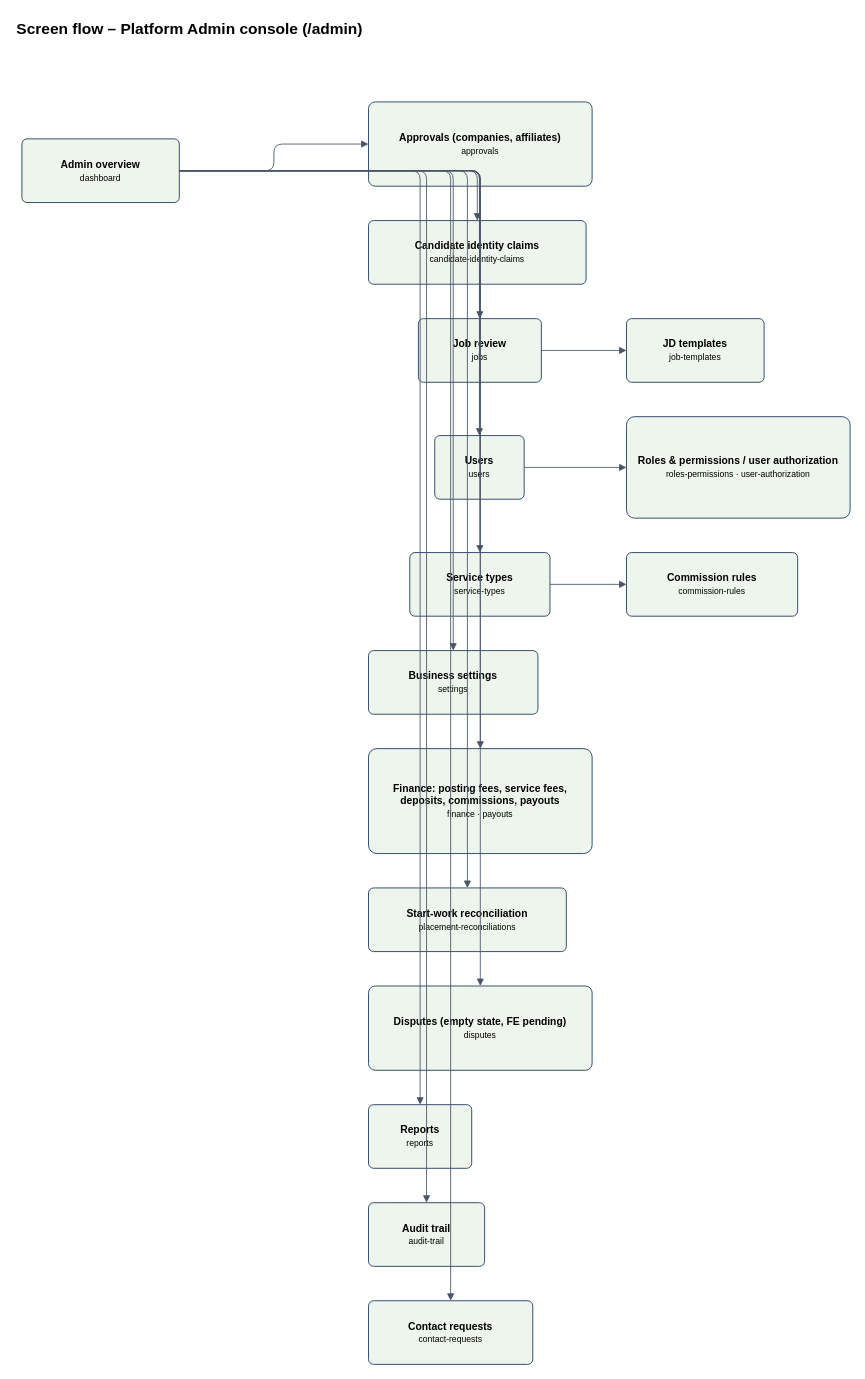
Earlier version of the draw.io diagram docs/diagrams/screen-flows/source/sf-06-admin.drawio (hoangqui794/hr-connect). Source tidied: cells renumbered, new cells numbered last; positions are measured from the earlier drawing's top-left corner, leaving out a move shared by most shapes. Both pictures are drawn from the tidied source at 86%, with x=0, y=0 at pixel (15, 15).
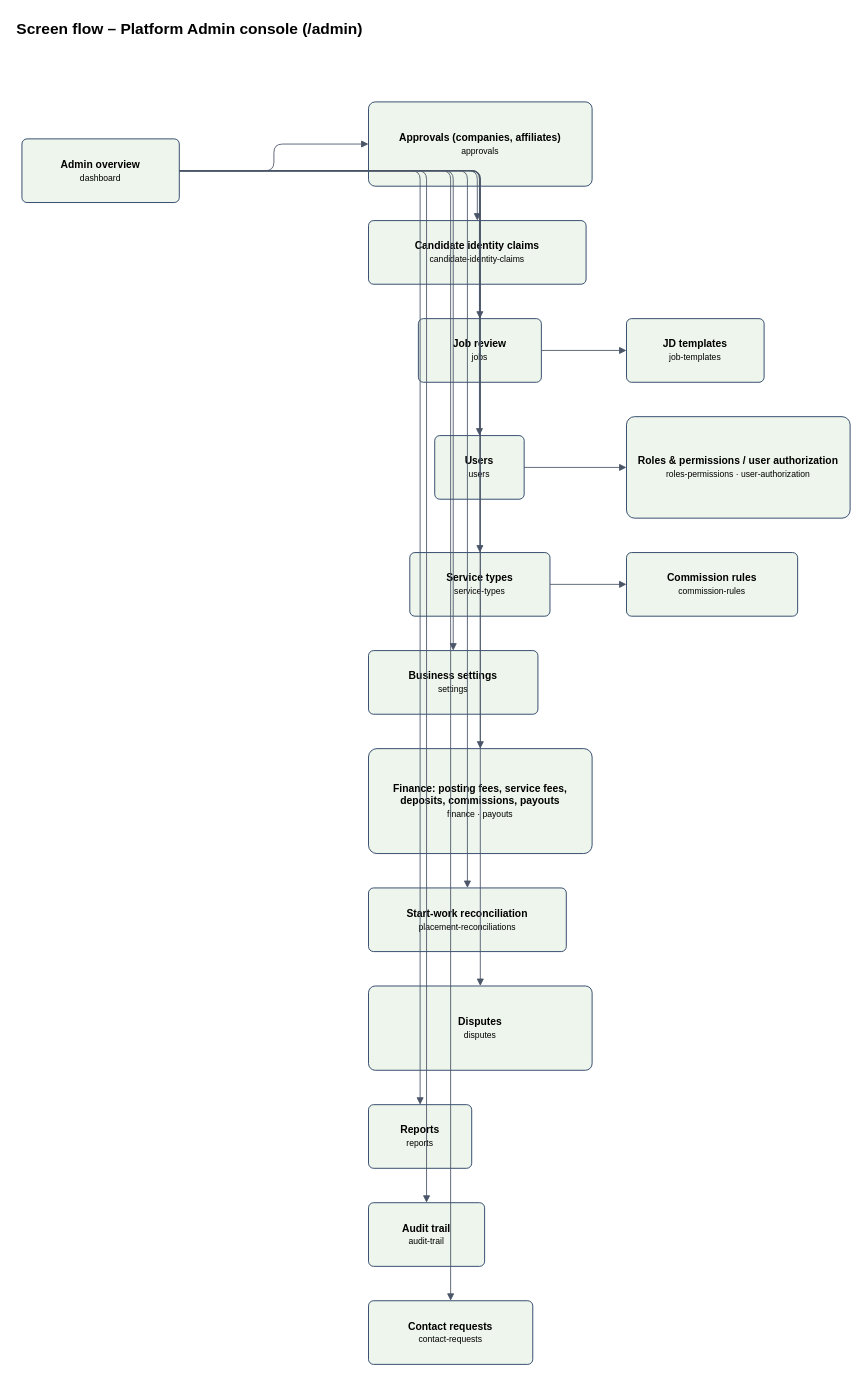
The same diagram, later.

The edit, as a diff of the source:
```diff
@@
-    <mxCell id="14" value="&lt;b&gt;Disputes (empty state, FE pending)&lt;/b&gt;&lt;br&gt;&lt;font style=&quot;font-size:10px&quot;&gt;disputes&lt;/font&gt;" style="rounded=1;arcSize=8;whiteSpace=wrap;html=1;fillColor=#EEF5EC;strokeColor=#1B365D;" parent="1" vertex="1">
+    <mxCell id="14" value="&lt;b&gt;Disputes&lt;/b&gt;&lt;br&gt;&lt;font style=&quot;font-size:10px&quot;&gt;disputes&lt;/font&gt;" style="rounded=1;arcSize=8;whiteSpace=wrap;html=1;fillColor=#EEF5EC;strokeColor=#1B365D;" parent="1" vertex="1">
       <mxGeometry x="411" y="1129" width="260" height="98" as="geometry" />
     </mxCell>
```
